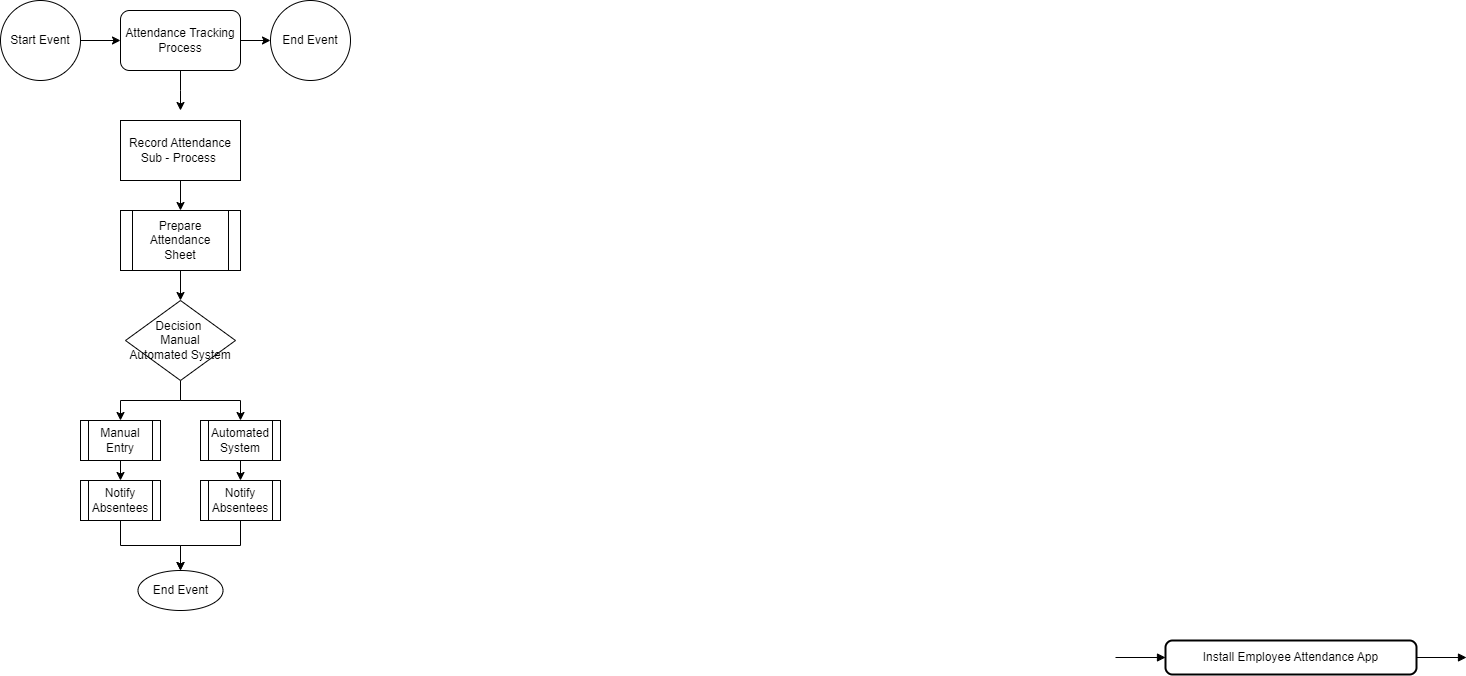
ilten22/SAD keeps this draw.io diagram as BPMN/Untitled Diagram.drawio.png. Above is the earlier version. Source tidied: cells renumbered, new cells last; positions are measured from the earlier drawing's top-left corner, leaving out a move shared by most shapes.
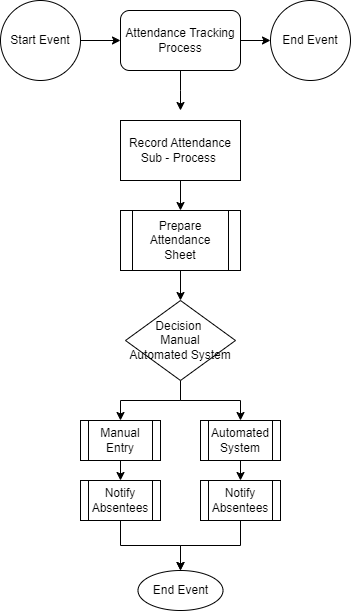
After the change.

Diff of the diagram source:
```diff
@@ -2,19 +2,6 @@
   <root>
     <mxCell id="0" />
     <mxCell id="1" parent="0" />
-    <mxCell id="2" value="Install Employee Attendance App" style="rounded=1;absoluteArcSize=1;arcSize=14;whiteSpace=wrap;strokeWidth=2;" parent="1" vertex="1">
-      <mxGeometry x="1165" y="640" width="251" height="34" as="geometry" />
-    </mxCell>
-    <mxCell id="3" style="curved=1;startArrow=none;endArrow=block;exitX=1.0025097150259068;exitY=0.5;entryX=0.001929780876494024;entryY=0.5;" parent="1" edge="1" target="2">
-      <mxGeometry relative="1" as="geometry">
-        <mxPoint x="1115" y="657" as="sourcePoint" />
-      </mxGeometry>
-    </mxCell>
-    <mxCell id="4" style="curved=1;startArrow=none;endArrow=block;exitX=1.0004357569721116;exitY=0.5;entryX=0.0008223684210526315;entryY=0.5;" parent="1" edge="1" source="2">
-      <mxGeometry relative="1" as="geometry">
-        <mxPoint x="1466" y="657" as="targetPoint" />
-      </mxGeometry>
-    </mxCell>
     <mxCell id="5" value="Start Event" style="ellipse;whiteSpace=wrap;html=1;" parent="1" vertex="1">
       <mxGeometry width="80" height="80" as="geometry" />
     </mxCell>
```
